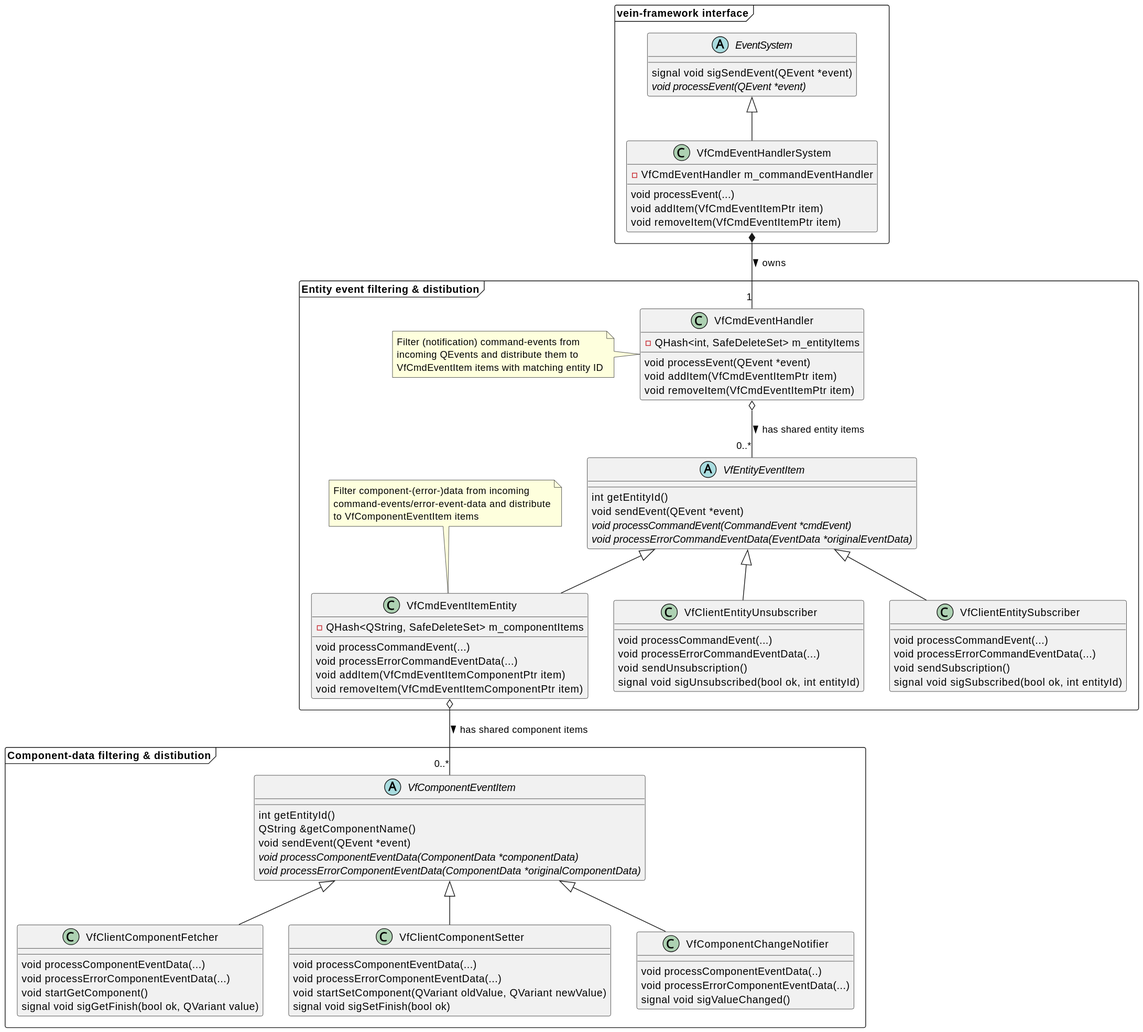
ZeraGmbH/vein-framework keeps this PlantUML diagram as convenient-code/doc/convenient-code-uml.svg. Above is the earlier version.
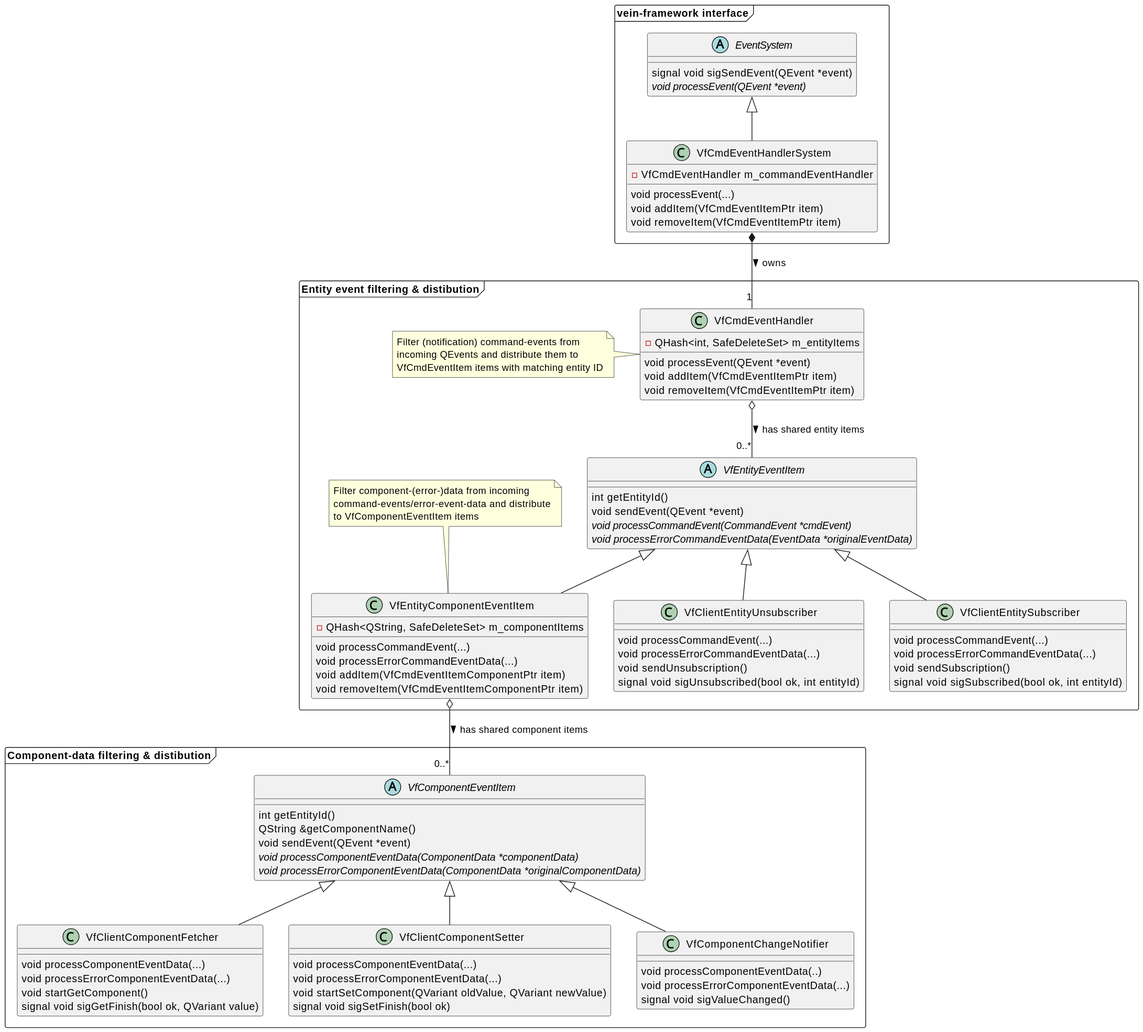
Above is the later version.

The edit, as a diff of the source:
```diff
@@ -44,14 +44,14 @@
         signal void sigUnsubscribed(bool ok, int entityId)
     }
 
-    class VfCmdEventItemEntity {
+    class VfEntityComponentEventItem {
         void processCommandEvent(...)
         void processErrorCommandEventData(...)
         void addItem(VfCmdEventItemComponentPtr item)
         void removeItem(VfCmdEventItemComponentPtr item)
         -QHash<QString, SafeDeleteSet> m_componentItems
     }
-    note top of VfCmdEventItemEntity: Filter component-(error-)data from incoming\ncommand-events/error-event-data and distribute\nto VfComponentEventItem items
+    note top of VfEntityComponentEventItem: Filter component-(error-)data from incoming\ncommand-events/error-event-data and distribute\nto VfComponentEventItem items
 }
 
 package "Component-data filtering & distibution" <<Frame>> {
@@ -92,8 +92,8 @@
 VfEntityEventItem <|-- VfClientEntitySubscriber
 VfEntityEventItem <|-- VfClientEntityUnsubscriber
 
-VfEntityEventItem <|-- VfCmdEventItemEntity
-VfCmdEventItemEntity o-- "0..*" VfComponentEventItem : has shared component items >
+VfEntityEventItem <|-- VfEntityComponentEventItem
+VfEntityComponentEventItem o-- "0..*" VfComponentEventItem : has shared component items >
 
 VfComponentEventItem <|-- VfClientComponentFetcher
 VfComponentEventItem <|-- VfClientComponentSetter
```
